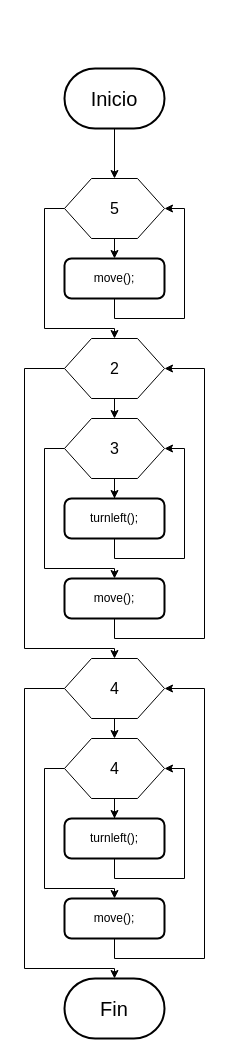
PedroJOH/Ejercicios_karel keeps this draw.io diagram as cruz.drawio. Above is the earlier version. Source tidied: cells renumbered, new cells numbered last; positions are measured from the earlier drawing's top-left corner, leaving out a move shared by most shapes. Both pictures are drawn from the tidied source at 100%, with x=0, y=0 at pixel (24, 68).
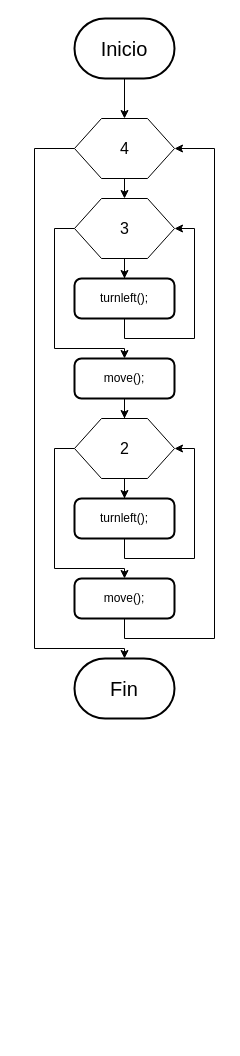
Above is the later version.

What changed in the source:
```diff
@@
-    <mxCell id="2" style="edgeStyle=orthogonalEdgeStyle;rounded=0;jettySize=auto;html=1;exitX=0.5;exitY=1;exitDx=0;exitDy=0;exitPerimeter=0;" parent="1" edge="1" source="3" target="6">
-      <mxGeometry relative="1" as="geometry" />
-    </mxCell>
+    <mxCell id="30" style="edgeStyle=orthogonalEdgeStyle;rounded=0;jettySize=auto;html=1;exitX=0.5;exitY=1;exitDx=0;exitDy=0;exitPerimeter=0;" parent="1" edge="1" source="3" target="11">
+      <mxGeometry relative="1" as="geometry" />
+    </mxCell>
     <mxCell id="3" value="Inicio" style="strokeWidth=2;html=1;shape=mxgraph.flowchart.terminator;whiteSpace=wrap;fontSize=20;" parent="1" vertex="1">
-      <mxGeometry x="40" width="100" height="60" as="geometry" />
+      <mxGeometry x="50" y="-50" width="100" height="60" as="geometry" />
     </mxCell>
-    <mxCell id="4" style="edgeStyle=orthogonalEdgeStyle;rounded=0;jettySize=auto;html=1;exitX=0.5;exitY=1;exitDx=0;exitDy=0;entryX=0.5;entryY=0;entryDx=0;entryDy=0;" parent="1" edge="1" source="6" target="8">
-      <mxGeometry relative="1" as="geometry" />
-    </mxCell>
-    <mxCell id="5" style="edgeStyle=orthogonalEdgeStyle;rounded=0;jettySize=auto;html=1;exitX=0;exitY=0.5;exitDx=0;exitDy=0;" parent="1" edge="1" source="6" target="11">
-      <mxGeometry relative="1" as="geometry">
-        <Array as="points">
-          <mxPoint x="20" y="140" />
-          <mxPoint x="20" y="260" />
-          <mxPoint x="90" y="260" />
-        </Array>
-      </mxGeometry>
-    </mxCell>
-    <mxCell id="6" value="5" style="verticalLabelPosition=middle;verticalAlign=middle;html=1;shape=hexagon;perimeter=hexagonPerimeter2;arcSize=6;size=0.27;labelPosition=center;align=center;fontSize=16;" parent="1" vertex="1">
-      <mxGeometry x="40" y="110" width="100" height="60" as="geometry" />
-    </mxCell>
-    <mxCell id="7" style="edgeStyle=orthogonalEdgeStyle;rounded=0;jettySize=auto;html=1;exitX=0.5;exitY=1;exitDx=0;exitDy=0;entryX=1;entryY=0.5;entryDx=0;entryDy=0;" parent="1" edge="1" source="8" target="6">
-      <mxGeometry relative="1" as="geometry">
-        <Array as="points">
-          <mxPoint x="90" y="250" />
-          <mxPoint x="160" y="250" />
-          <mxPoint x="160" y="140" />
-        </Array>
-      </mxGeometry>
-    </mxCell>
-    <mxCell id="8" value="move();" style="rounded=1;whiteSpace=wrap;html=1;absoluteArcSize=1;arcSize=14;strokeWidth=2;" parent="1" vertex="1">
-      <mxGeometry x="40" y="190" width="100" height="40" as="geometry" />
-    </mxCell>
@@
-    <mxCell id="10" style="edgeStyle=orthogonalEdgeStyle;rounded=0;jettySize=auto;html=1;exitX=0;exitY=0.5;exitDx=0;exitDy=0;" parent="1" edge="1" source="11">
-      <mxGeometry relative="1" as="geometry">
-        <mxPoint x="90" y="590" as="targetPoint" />
-        <Array as="points">
-          <mxPoint y="300" />
-          <mxPoint y="580" />
-          <mxPoint x="90" y="580" />
-        </Array>
-      </mxGeometry>
-    </mxCell>
+    <mxCell id="31" style="edgeStyle=orthogonalEdgeStyle;rounded=0;jettySize=auto;html=1;exitX=0;exitY=0.5;exitDx=0;exitDy=0;" parent="1" edge="1" source="11" target="17">
+      <mxGeometry relative="1" as="geometry">
+        <Array as="points">
+          <mxPoint x="10" y="80" />
+          <mxPoint x="10" y="580" />
+          <mxPoint x="100" y="580" />
+        </Array>
+      </mxGeometry>
+    </mxCell>
-    <mxCell id="11" value="2" style="verticalLabelPosition=middle;verticalAlign=middle;html=1;shape=hexagon;perimeter=hexagonPerimeter2;arcSize=6;size=0.27;labelPosition=center;align=center;fontSize=16;" parent="1" vertex="1">
-      <mxGeometry x="40" y="270" width="100" height="60" as="geometry" />
+    <mxCell id="11" value="4" style="verticalLabelPosition=middle;verticalAlign=middle;html=1;shape=hexagon;perimeter=hexagonPerimeter2;arcSize=6;size=0.27;labelPosition=center;align=center;fontSize=16;" parent="1" vertex="1">
+      <mxGeometry x="50" y="50" width="100" height="60" as="geometry" />
     </mxCell>
@@
     <mxCell id="13" style="edgeStyle=orthogonalEdgeStyle;rounded=0;jettySize=auto;html=1;exitX=0;exitY=0.5;exitDx=0;exitDy=0;" parent="1" edge="1" source="14" target="16">
       <mxGeometry relative="1" as="geometry">
         <Array as="points">
-          <mxPoint x="20" y="380" />
-          <mxPoint x="20" y="500" />
-          <mxPoint x="90" y="500" />
+          <mxPoint x="30" y="160" />
+          <mxPoint x="30" y="280" />
+          <mxPoint x="100" y="280" />
         </Array>
       </mxGeometry>
     </mxCell>
     <mxCell id="14" value="3" style="verticalLabelPosition=middle;verticalAlign=middle;html=1;shape=hexagon;perimeter=hexagonPerimeter2;arcSize=6;size=0.27;labelPosition=center;align=center;fontSize=16;" parent="1" vertex="1">
-      <mxGeometry x="40" y="350" width="100" height="60" as="geometry" />
+      <mxGeometry x="50" y="130" width="100" height="60" as="geometry" />
     </mxCell>
-    <mxCell id="15" style="edgeStyle=orthogonalEdgeStyle;rounded=0;jettySize=auto;html=1;exitX=0.5;exitY=1;exitDx=0;exitDy=0;entryX=1;entryY=0.5;entryDx=0;entryDy=0;" parent="1" edge="1" source="16" target="11">
-      <mxGeometry relative="1" as="geometry">
-        <Array as="points">
-          <mxPoint x="90" y="570" />
-          <mxPoint x="180" y="570" />
-          <mxPoint x="180" y="300" />
-        </Array>
-      </mxGeometry>
-    </mxCell>
+    <mxCell id="32" style="edgeStyle=orthogonalEdgeStyle;rounded=0;jettySize=auto;html=1;exitX=0.5;exitY=1;exitDx=0;exitDy=0;" parent="1" edge="1" source="16" target="25">
+      <mxGeometry relative="1" as="geometry" />
+    </mxCell>
     <mxCell id="16" value="move();" style="rounded=1;whiteSpace=wrap;html=1;absoluteArcSize=1;arcSize=14;strokeWidth=2;" parent="1" vertex="1">
-      <mxGeometry x="40" y="510" width="100" height="40" as="geometry" />
+      <mxGeometry x="50" y="290" width="100" height="40" as="geometry" />
     </mxCell>
     <mxCell id="17" value="Fin" style="strokeWidth=2;html=1;shape=mxgraph.flowchart.terminator;whiteSpace=wrap;fontSize=20;" parent="1" vertex="1">
-      <mxGeometry x="40" y="910" width="100" height="60" as="geometry" />
+      <mxGeometry x="50" y="590" width="100" height="60" as="geometry" />
     </mxCell>
     <mxCell id="18" style="edgeStyle=orthogonalEdgeStyle;rounded=0;jettySize=auto;html=1;exitX=0.5;exitY=1;exitDx=0;exitDy=0;entryX=1;entryY=0.5;entryDx=0;entryDy=0;" parent="1" edge="1" source="19" target="14">
       <mxGeometry relative="1" as="geometry">
         <Array as="points">
-          <mxPoint x="90" y="490" />
-          <mxPoint x="160" y="490" />
-          <mxPoint x="160" y="380" />
+          <mxPoint x="100" y="270" />
+          <mxPoint x="170" y="270" />
+          <mxPoint x="170" y="160" />
         </Array>
       </mxGeometry>
     </mxCell>
     <mxCell id="19" value="turnleft();" style="rounded=1;whiteSpace=wrap;html=1;absoluteArcSize=1;arcSize=14;strokeWidth=2;" parent="1" vertex="1">
-      <mxGeometry x="40" y="430" width="100" height="40" as="geometry" />
+      <mxGeometry x="50" y="210" width="100" height="40" as="geometry" />
     </mxCell>
-    <mxCell id="20" style="edgeStyle=orthogonalEdgeStyle;rounded=0;jettySize=auto;html=1;exitX=0.5;exitY=1;exitDx=0;exitDy=0;entryX=0.5;entryY=0;entryDx=0;entryDy=0;" parent="1" edge="1" source="22" target="25">
-      <mxGeometry relative="1" as="geometry" />
-    </mxCell>
-    <mxCell id="21" style="edgeStyle=orthogonalEdgeStyle;rounded=0;jettySize=auto;html=1;exitX=0;exitY=0.5;exitDx=0;exitDy=0;" parent="1" edge="1" source="22">
-      <mxGeometry relative="1" as="geometry">
-        <mxPoint x="90" y="910" as="targetPoint" />
-        <Array as="points">
-          <mxPoint y="620" />
-          <mxPoint y="900" />
-          <mxPoint x="90" y="900" />
-        </Array>
-      </mxGeometry>
-    </mxCell>
-    <mxCell id="22" value="4" style="verticalLabelPosition=middle;verticalAlign=middle;html=1;shape=hexagon;perimeter=hexagonPerimeter2;arcSize=6;size=0.27;labelPosition=center;align=center;fontSize=16;" parent="1" vertex="1">
-      <mxGeometry x="40" y="590" width="100" height="60" as="geometry" />
-    </mxCell>
@@
-    <mxCell id="24" style="edgeStyle=orthogonalEdgeStyle;rounded=0;jettySize=auto;html=1;exitX=0;exitY=0.5;exitDx=0;exitDy=0;" parent="1" edge="1" source="25" target="27">
+    <mxCell id="24" style="edgeStyle=orthogonalEdgeStyle;rounded=0;jettySize=auto;html=1;exitX=0;exitY=0.5;exitDx=0;exitDy=0;" parent="1" edge="1" source="25">
       <mxGeometry relative="1" as="geometry">
+        <mxPoint x="100" y="510" as="targetPoint" />
         <Array as="points">
-          <mxPoint x="20" y="700" />
-          <mxPoint x="20" y="820" />
-          <mxPoint x="90" y="820" />
+          <mxPoint x="30" y="380" />
+          <mxPoint x="30" y="500" />
+          <mxPoint x="100" y="500" />
         </Array>
       </mxGeometry>
     </mxCell>
-    <mxCell id="25" value="4" style="verticalLabelPosition=middle;verticalAlign=middle;html=1;shape=hexagon;perimeter=hexagonPerimeter2;arcSize=6;size=0.27;labelPosition=center;align=center;fontSize=16;" parent="1" vertex="1">
-      <mxGeometry x="40" y="670" width="100" height="60" as="geometry" />
+    <mxCell id="25" value="2" style="verticalLabelPosition=middle;verticalAlign=middle;html=1;shape=hexagon;perimeter=hexagonPerimeter2;arcSize=6;size=0.27;labelPosition=center;align=center;fontSize=16;" parent="1" vertex="1">
+      <mxGeometry x="50" y="350" width="100" height="60" as="geometry" />
     </mxCell>
-    <mxCell id="26" style="edgeStyle=orthogonalEdgeStyle;rounded=0;jettySize=auto;html=1;exitX=0.5;exitY=1;exitDx=0;exitDy=0;entryX=1;entryY=0.5;entryDx=0;entryDy=0;" parent="1" edge="1" source="27" target="22">
-      <mxGeometry relative="1" as="geometry">
-        <Array as="points">
-          <mxPoint x="90" y="890" />
-          <mxPoint x="180" y="890" />
-          <mxPoint x="180" y="620" />
-        </Array>
-      </mxGeometry>
-    </mxCell>
-    <mxCell id="27" value="move();" style="rounded=1;whiteSpace=wrap;html=1;absoluteArcSize=1;arcSize=14;strokeWidth=2;" parent="1" vertex="1">
-      <mxGeometry x="40" y="830" width="100" height="40" as="geometry" />
-    </mxCell>
     <mxCell id="28" style="edgeStyle=orthogonalEdgeStyle;rounded=0;jettySize=auto;html=1;exitX=0.5;exitY=1;exitDx=0;exitDy=0;entryX=1;entryY=0.5;entryDx=0;entryDy=0;" parent="1" edge="1" source="29" target="25">
       <mxGeometry relative="1" as="geometry">
         <Array as="points">
-          <mxPoint x="90" y="810" />
-          <mxPoint x="160" y="810" />
-          <mxPoint x="160" y="700" />
+          <mxPoint x="100" y="490" />
+          <mxPoint x="170" y="490" />
+          <mxPoint x="170" y="380" />
         </Array>
       </mxGeometry>
     </mxCell>
     <mxCell id="29" value="turnleft();" style="rounded=1;whiteSpace=wrap;html=1;absoluteArcSize=1;arcSize=14;strokeWidth=2;" parent="1" vertex="1">
-      <mxGeometry x="40" y="750" width="100" height="40" as="geometry" />
+      <mxGeometry x="50" y="430" width="100" height="40" as="geometry" />
     </mxCell>
+    <mxCell id="33" style="edgeStyle=orthogonalEdgeStyle;rounded=0;jettySize=auto;html=1;exitX=0.5;exitY=1;exitDx=0;exitDy=0;entryX=1;entryY=0.5;entryDx=0;entryDy=0;" parent="1" edge="1" source="34" target="11">
+      <mxGeometry relative="1" as="geometry">
+        <Array as="points">
+          <mxPoint x="100" y="570" />
+          <mxPoint x="190" y="570" />
+          <mxPoint x="190" y="80" />
+        </Array>
+      </mxGeometry>
+    </mxCell>
+    <mxCell id="34" value="move();" style="rounded=1;whiteSpace=wrap;html=1;absoluteArcSize=1;arcSize=14;strokeWidth=2;" parent="1" vertex="1">
+      <mxGeometry x="50" y="510" width="100" height="40" as="geometry" />
+    </mxCell>
```
